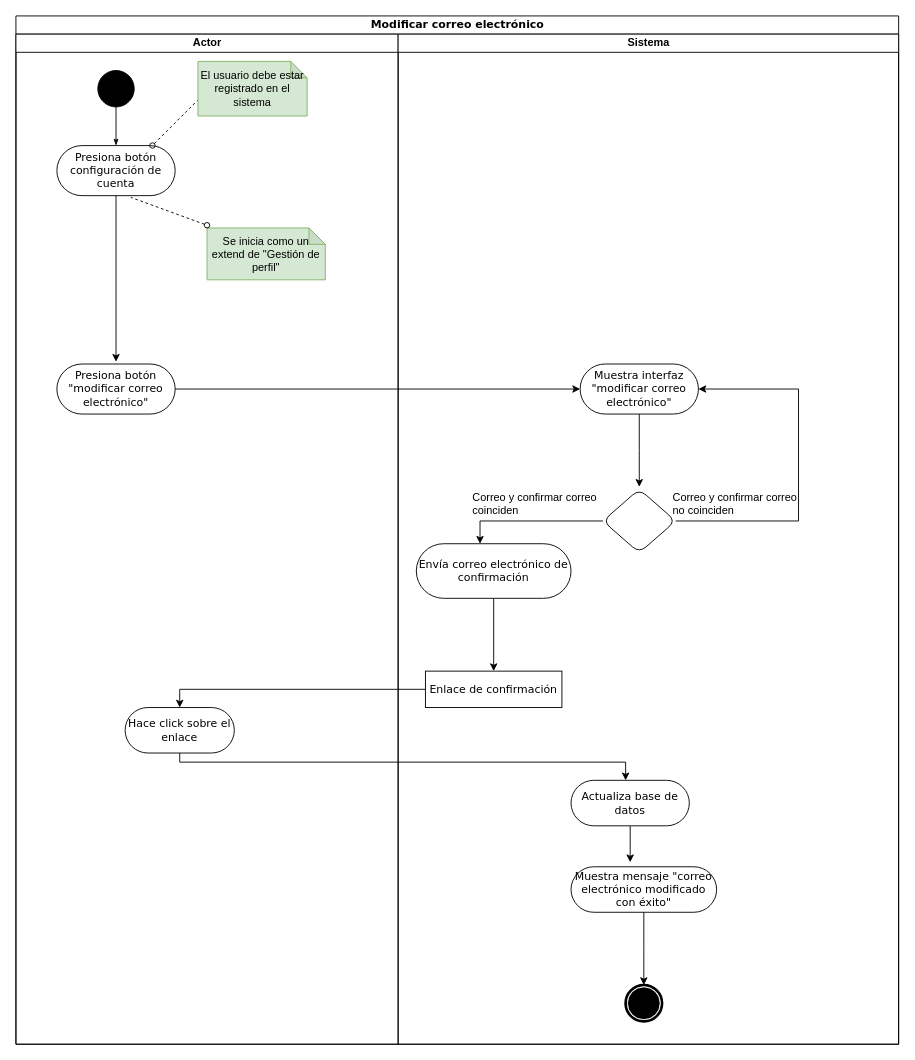
Above: IHC Flujo 3.drawio in NeutronBlast/IS-Ex (draw.io), before the change. Source tidied: cells renumbered, new cells numbered last; positions are measured from the earlier drawing's top-left corner, leaving out a move shared by most shapes. Both pictures are drawn from the tidied source at 91%, with x=0, y=0 at pixel (15, 15).
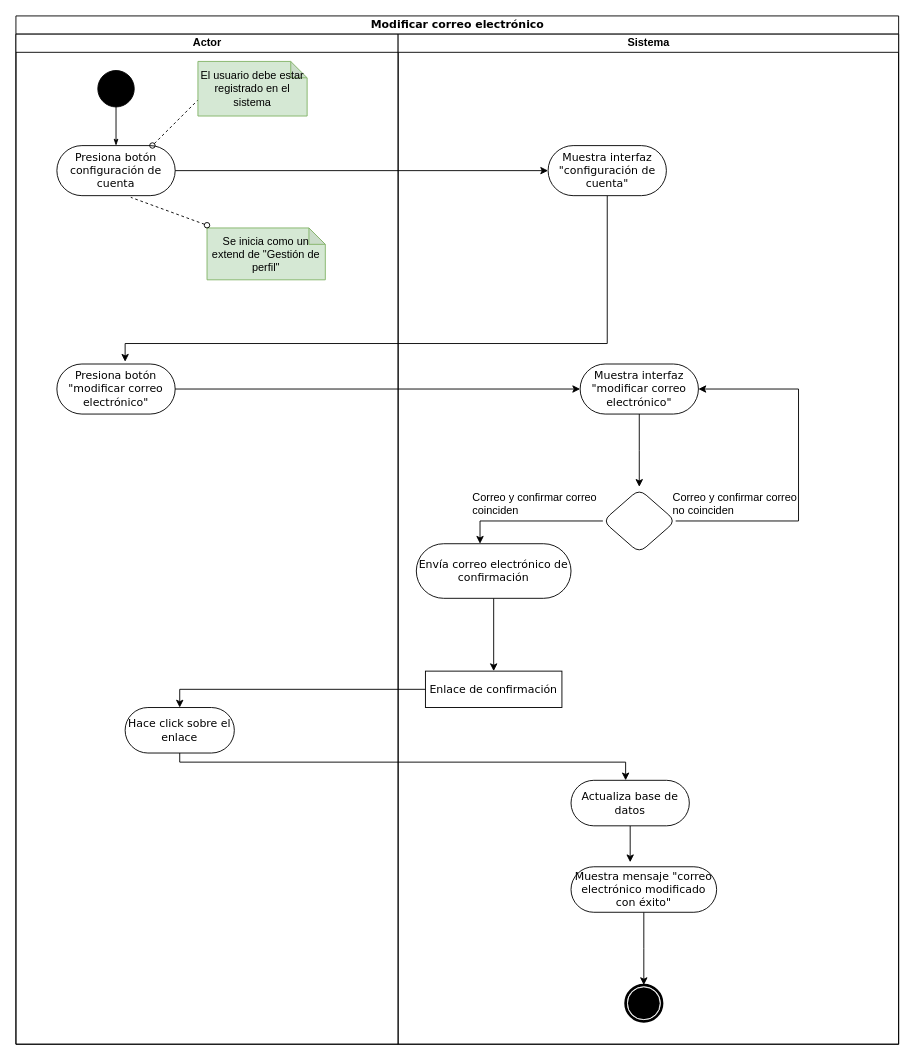
Above is the later version.

The change refers to these unchanged cells:
```xml
<mxCell id="2" value="Modificar correo electrónico" style="swimlane;html=1;startSize=20;rounded=0;shadow=0;comic=0;labelBackgroundColor=none;strokeColor=#000000;strokeWidth=1;fillColor=#ffffff;fontFamily=Verdana;fontSize=12;fontColor=#000000;align=center;" parent="1" vertex="1">
  <mxGeometry width="970" height="1130" as="geometry" />
</mxCell>
<mxCell id="3" value="Actor" style="swimlane;html=1;startSize=20;" parent="2" vertex="1">
  <mxGeometry y="20" width="420" height="1110" as="geometry" />
</mxCell>
<mxCell id="6" value="Presiona botón configuración de cuenta" style="rounded=1;whiteSpace=wrap;html=1;shadow=0;comic=0;labelBackgroundColor=none;strokeColor=#000000;strokeWidth=1;fillColor=#ffffff;fontFamily=Verdana;fontSize=12;fontColor=#000000;align=center;arcSize=50;" parent="3" vertex="1">
  <mxGeometry x="45" y="122.5" width="130" height="55" as="geometry" />
</mxCell>
<mxCell id="13" value="Sistema" style="swimlane;html=1;startSize=20;" parent="2" vertex="1">
  <mxGeometry x="420" y="20" width="550" height="1110" as="geometry" />
</mxCell>
```

Diff of the diagram source:
```diff
@@
-    <mxCell id="5" style="edgeStyle=orthogonalEdgeStyle;rounded=0;orthogonalLoop=1;jettySize=auto;html=1;startArrow=oval;startFill=0;" parent="3" edge="1">
-      <mxGeometry relative="1" as="geometry">
-        <mxPoint x="110" y="170" as="sourcePoint" />
-        <mxPoint x="110" y="360" as="targetPoint" />
-      </mxGeometry>
-    </mxCell>
@@
+    <mxCell id="33" style="edgeStyle=orthogonalEdgeStyle;rounded=0;jettySize=auto;html=1;" parent="13" edge="1" source="34">
+      <mxGeometry relative="1" as="geometry">
+        <mxPoint x="-300" y="360" as="targetPoint" />
+        <Array as="points">
+          <mxPoint x="230" y="340" />
+          <mxPoint x="-300" y="340" />
+        </Array>
+      </mxGeometry>
+    </mxCell>
+    <mxCell id="34" value="Muestra interfaz &quot;configuración de cuenta&quot;" style="rounded=1;whiteSpace=wrap;html=1;shadow=0;comic=0;labelBackgroundColor=none;strokeColor=#000000;strokeWidth=1;fillColor=#ffffff;fontFamily=Verdana;fontSize=12;fontColor=#000000;align=center;arcSize=50;" parent="13" vertex="1">
+      <mxGeometry x="164.8" y="122.5" width="130" height="55" as="geometry" />
+    </mxCell>
@@
+    <mxCell id="35" style="edgeStyle=orthogonalEdgeStyle;rounded=0;jettySize=auto;html=1;" parent="2" edge="1" source="6" target="34">
+      <mxGeometry relative="1" as="geometry" />
+    </mxCell>
```
